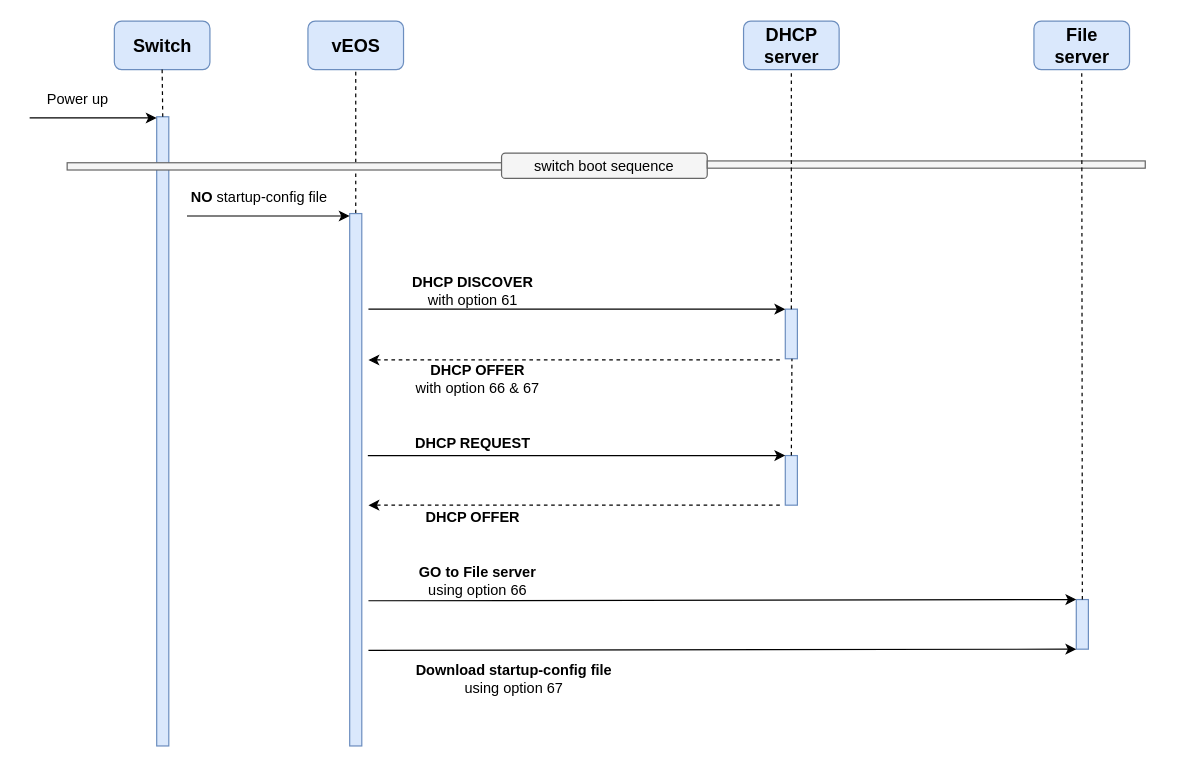
This is ZTP-process-Diagram.drawio from OpentekyLab/Networking, a draw.io file, before an edit. Source tidied: cells renumbered, new cells numbered last; positions are measured from the earlier drawing's top-left corner, leaving out a move shared by most shapes. Both pictures are drawn from the tidied source at 121%, with x=0, y=0 at pixel (29, -56).
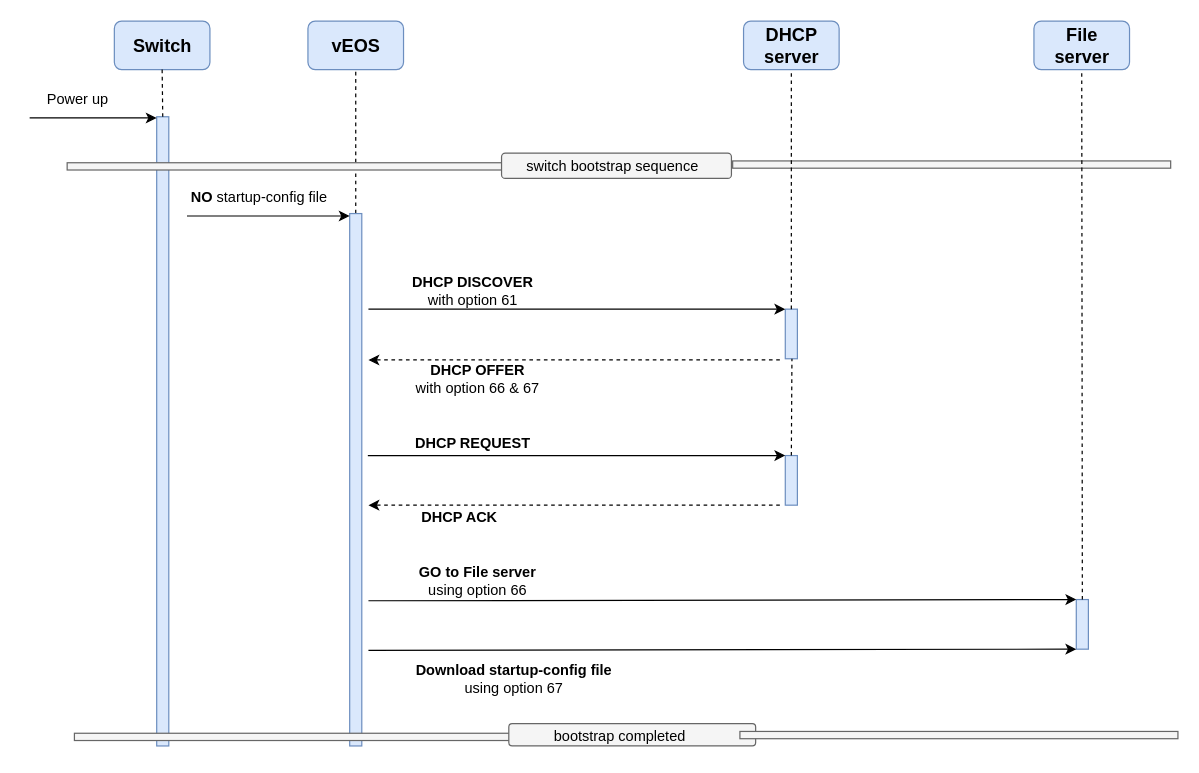
The same diagram, later.

The edit, as a diff of the source:
```diff
@@
     <mxCell id="19" style="rounded=1;whiteSpace=wrap;html=1;fillColor=#f5f5f5;fontColor=#333333;strokeColor=#666666;" parent="1" vertex="1">
-      <mxGeometry x="390" y="172" width="170" height="21" as="geometry" />
+      <mxGeometry x="390" y="172" width="190" height="21" as="geometry" />
     </mxCell>
-    <mxCell id="20" value="switch boot sequence" style="text;strokeColor=none;align=center;fillColor=none;html=1;verticalAlign=middle;whiteSpace=wrap;rounded=0;" parent="1" vertex="1">
-      <mxGeometry x="410" y="169" width="130" height="27" as="geometry" />
+    <mxCell id="20" value="switch bootstrap sequence" style="text;strokeColor=none;align=center;fillColor=none;html=1;verticalAlign=middle;whiteSpace=wrap;rounded=0;" parent="1" vertex="1">
+      <mxGeometry x="402" y="169" width="160" height="27" as="geometry" />
     </mxCell>
     <mxCell id="21" style="rounded=0;whiteSpace=wrap;html=1;rotation=-90;fillColor=#f5f5f5;fontColor=#333333;strokeColor=#666666;" parent="1" vertex="1">
-      <mxGeometry x="738" y="0.5" width="6" height="362" as="geometry" />
+      <mxGeometry x="759" y="0.5" width="6" height="362" as="geometry" />
     </mxCell>
@@
-    <mxCell id="33" value="&lt;b&gt;DHCP OFFER&lt;/b&gt;" style="text;strokeColor=none;align=center;fillColor=none;html=1;verticalAlign=middle;whiteSpace=wrap;rounded=0;" parent="1" vertex="1">
-      <mxGeometry x="311" y="463" width="111" height="20" as="geometry" />
+    <mxCell id="33" value="&lt;b&gt;DHCP ACK&lt;/b&gt;" style="text;strokeColor=none;align=center;fillColor=none;html=1;verticalAlign=middle;whiteSpace=wrap;rounded=0;" parent="1" vertex="1">
+      <mxGeometry x="311" y="463" width="89" height="20" as="geometry" />
     </mxCell>
@@
+    <mxCell id="40" style="rounded=0;whiteSpace=wrap;html=1;rotation=-90;fillColor=#f5f5f5;fontColor=#333333;strokeColor=#666666;" parent="1" vertex="1">
+      <mxGeometry x="215" y="473.5" width="6" height="362" as="geometry" />
+    </mxCell>
+    <mxCell id="41" style="rounded=1;whiteSpace=wrap;html=1;fillColor=#f5f5f5;fontColor=#333333;strokeColor=#666666;" parent="1" vertex="1">
+      <mxGeometry x="396" y="643.5" width="204" height="18.5" as="geometry" />
+    </mxCell>
+    <mxCell id="42" value="bootstrap completed" style="text;strokeColor=none;align=center;fillColor=none;html=1;verticalAlign=middle;whiteSpace=wrap;rounded=0;" parent="1" vertex="1">
+      <mxGeometry x="408" y="640.5" width="160" height="27" as="geometry" />
+    </mxCell>
+    <mxCell id="43" style="rounded=0;whiteSpace=wrap;html=1;rotation=-90;fillColor=#f5f5f5;fontColor=#333333;strokeColor=#666666;" parent="1" vertex="1">
+      <mxGeometry x="765" y="472" width="6" height="362" as="geometry" />
+    </mxCell>
```
